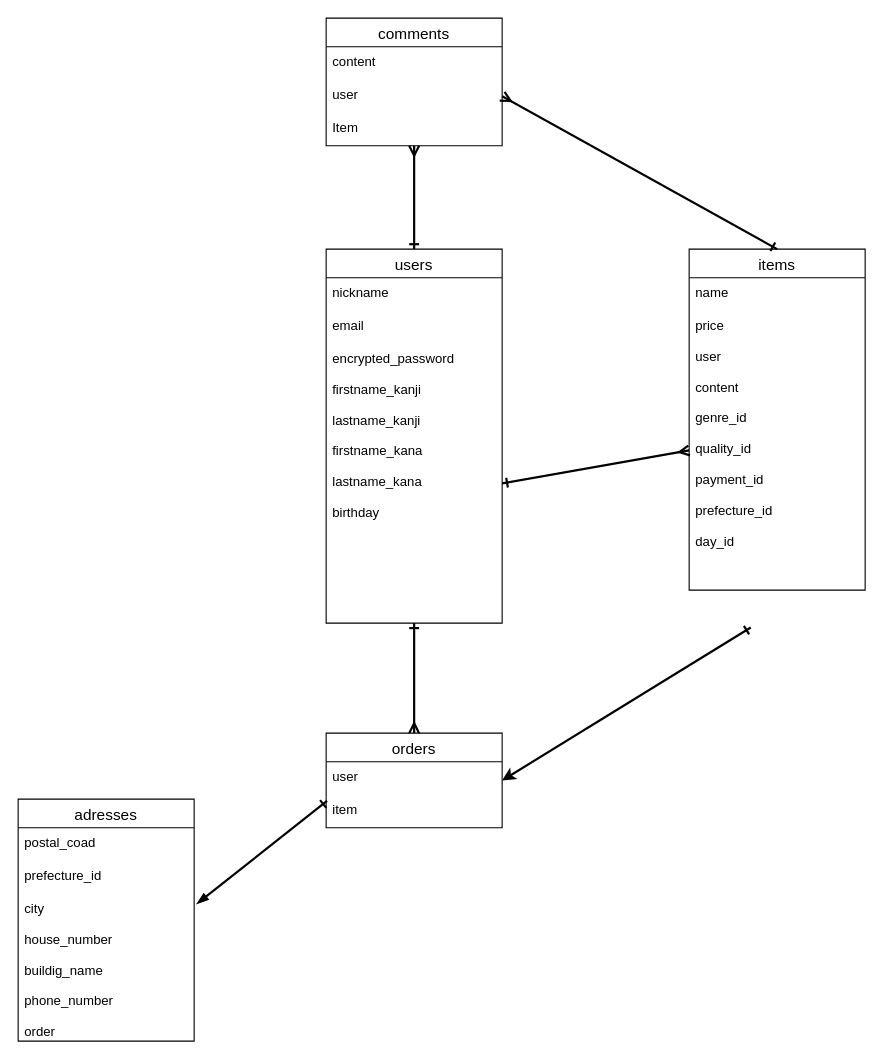
The draw.io diagram furima-er.dio in 0gatatsu/furima-40194, before the edit. Source tidied: cells renumbered, new cells numbered last; positions are measured from the earlier drawing's top-left corner, leaving out a move shared by most shapes. Both pictures are drawn from the tidied source at 110%, with x=0, y=0 at pixel (18, 18).
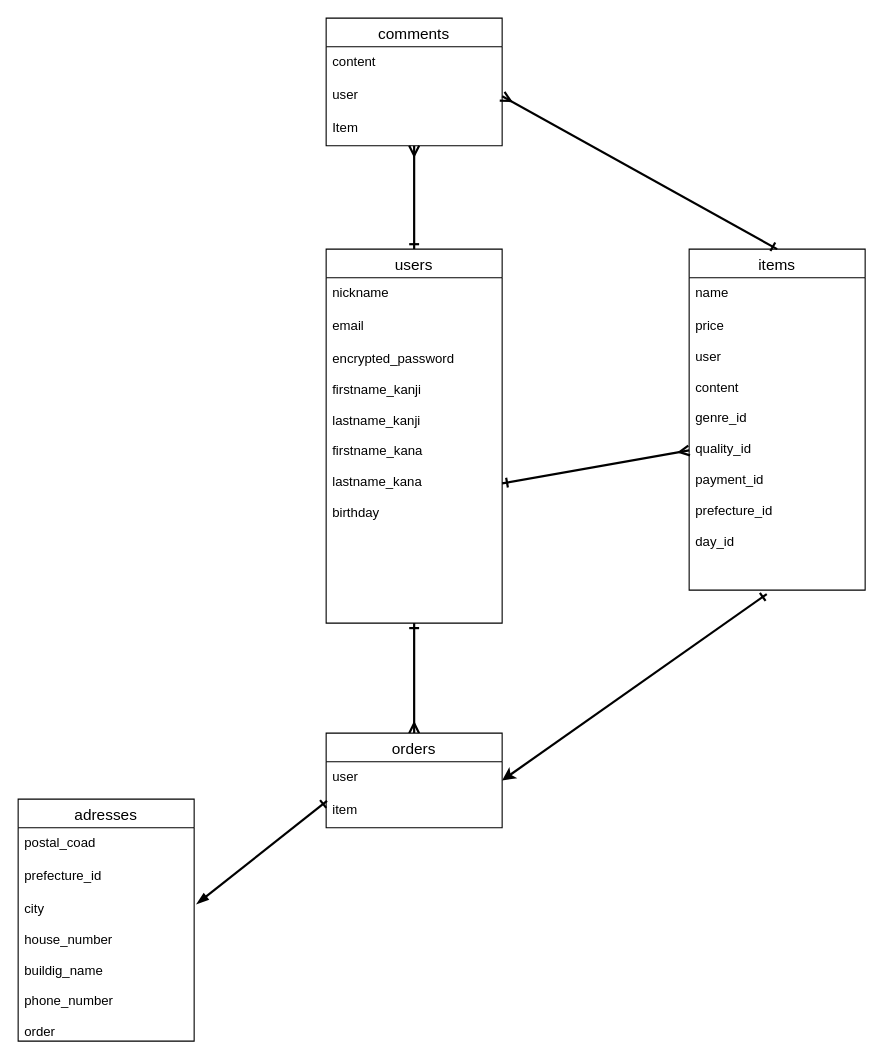
After the change.

Commit message (it also covers changes not shown here):
ER図、README微修正

The change refers to these unchanged cells:
```xml
<mxCell id="13" value="price&#10;&#10;user&#10;&#10;content&#10;&#10;genre_id&#10;&#10;quality_id&#10;&#10;payment_id&#10;&#10;prefecture_id&#10;&#10;day_id" style="text;strokeColor=none;fillColor=none;spacingLeft=4;spacingRight=4;overflow=hidden;points=[[0,0.5],[1,0.5]];portConstraint=eastwest;fontSize=12;" parent="11" vertex="1">
  <mxGeometry y="56" width="160" height="254" as="geometry" />
</mxCell>
<mxCell id="16" value="orders" style="swimlane;fontStyle=0;horizontal=1;startSize=26;align=center;fontSize=14;" parent="1" vertex="1">
  <mxGeometry x="280" y="650" width="160" height="86" as="geometry" />
</mxCell>
```

The edit, as a diff of the source:
```diff
@@
-    <mxCell id="15" style="edgeStyle=none;html=1;exitX=1;exitY=0.5;exitDx=0;exitDy=0;strokeWidth=2;startArrow=classic;startFill=1;endArrow=ERone;endFill=0;" parent="1" edge="1" source="16">
-      <mxGeometry relative="1" as="geometry">
-        <mxPoint x="666" y="554" as="targetPoint" />
-      </mxGeometry>
+    <mxCell id="15" style="edgeStyle=none;html=1;exitX=1;exitY=0.5;exitDx=0;exitDy=0;strokeWidth=2;startArrow=classic;startFill=1;endArrow=ERone;endFill=0;entryX=0.441;entryY=1.014;entryDx=0;entryDy=0;entryPerimeter=0;" parent="1" edge="1" source="16" target="13">
+      <mxGeometry relative="1" as="geometry" />
     </mxCell>
```
